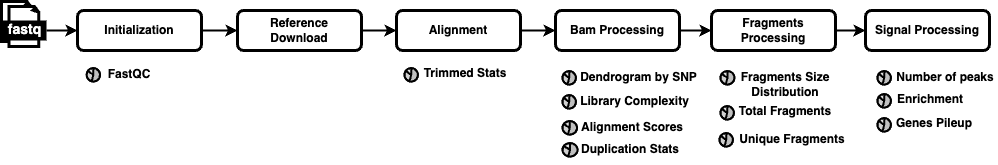
Above: workflow-SNAP.png in prc992/SNAP (draw.io), before the change. Source tidied: cells renumbered, new cells last; positions are measured from the earlier drawing's top-left corner, leaving out a move shared by most shapes.
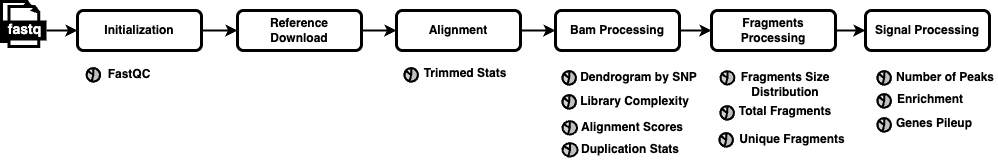
Later version of the same file.

What changed in the source:
```diff
@@ -56,7 +56,7 @@
     <mxCell id="19" style="verticalLabelPosition=bottom;shadow=0;dashed=0;align=center;html=1;verticalAlign=top;strokeWidth=1;shape=mxgraph.mockup.graphics.pieChart;strokeColor=#000000;parts=10,20,35;partColors=#e0e0e0,#d0d0d0,#c0c0c0,#b0b0b0,#a0a0a0;strokeWidth=2;" parent="17" vertex="1">
       <mxGeometry y="9.7" width="13.3" height="13.3" as="geometry" />
     </mxCell>
-    <mxCell id="20" value="&lt;b&gt;&lt;font style=&quot;font-size: 12px;&quot;&gt;Number of peaks&lt;/font&gt;&lt;/b&gt;" style="text;html=1;align=center;verticalAlign=middle;whiteSpace=wrap;rounded=0;" parent="1" vertex="1">
+    <mxCell id="20" value="&lt;b&gt;&lt;font style=&quot;font-size: 12px;&quot;&gt;Number of Peaks&lt;/font&gt;&lt;/b&gt;" style="text;html=1;align=center;verticalAlign=middle;whiteSpace=wrap;rounded=0;" parent="1" vertex="1">
       <mxGeometry x="891.7" y="61" width="104.3" height="30" as="geometry" />
     </mxCell>
     <mxCell id="21" style="verticalLabelPosition=bottom;shadow=0;dashed=0;align=center;html=1;verticalAlign=top;strokeWidth=1;shape=mxgraph.mockup.graphics.pieChart;strokeColor=#000000;parts=10,20,35;partColors=#e0e0e0,#d0d0d0,#c0c0c0,#b0b0b0,#a0a0a0;strokeWidth=2;" parent="1" vertex="1">
```
